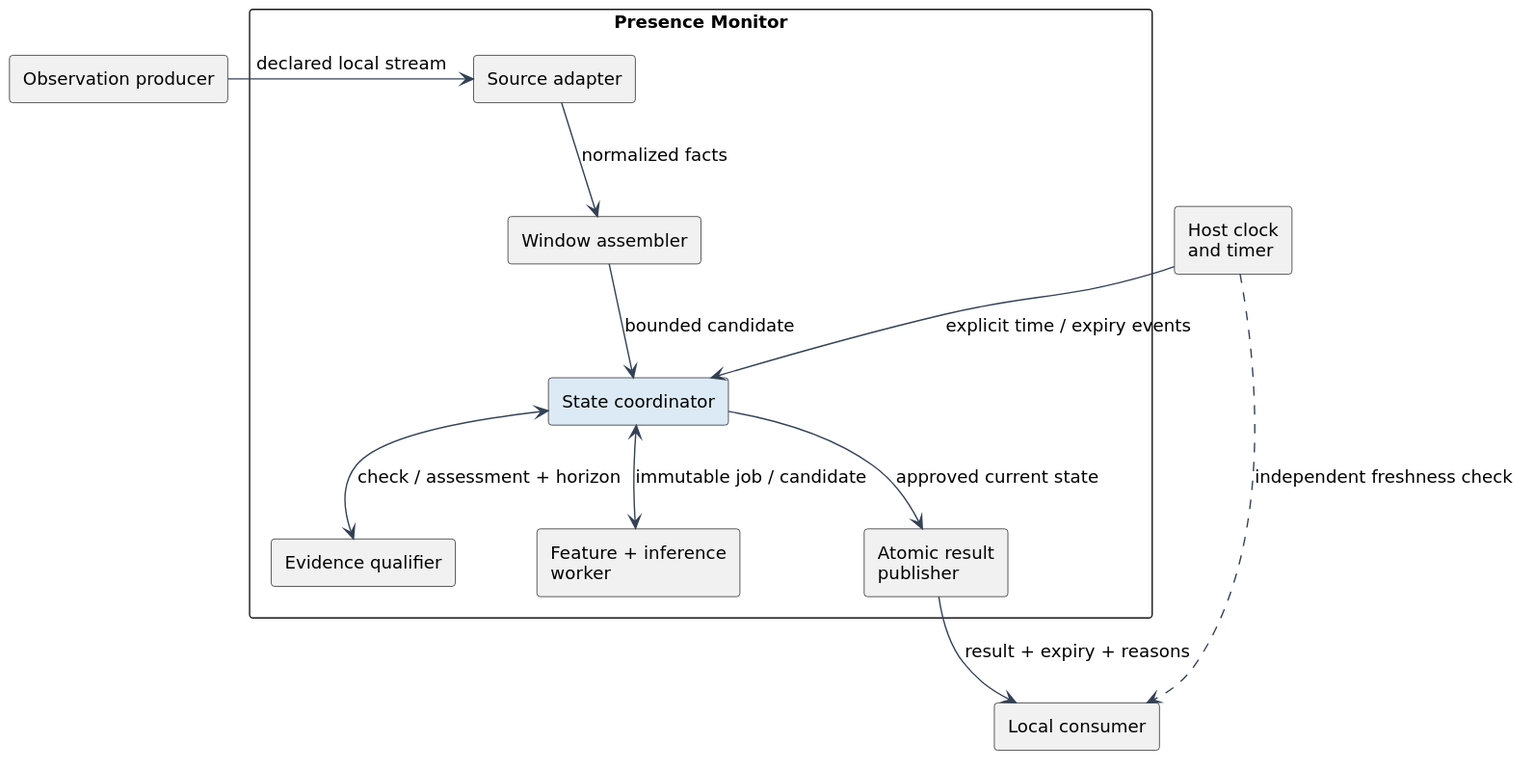
Earlier version of the PlantUML export docs/diagrams/components.svg (Sage-Cat/cooperative-wifi-presence-monitor). Its source is kept beside it as docs/diagrams/components.puml. Source of this version:
```plantuml
@startuml
skinparam shadowing false
skinparam defaultFontName DejaVu Sans
skinparam defaultFontSize 13
skinparam backgroundColor white
skinparam ArrowColor #334155
skinparam componentStyle rectangle
skinparam packageStyle rectangle
skinparam PackageTitleAlignment left
top to bottom direction
rectangle "Observation producer" as Source
rectangle "Host clock\nand timer" as Clock
package "Presence Monitor" {
  component "Source adapter" as Adapter
  component "Window assembler" as Window
  component "State coordinator" as Coordinator #DCEAF6
  component "Evidence qualifier" as Qualifier
  component "Feature + inference\nworker" as Worker
  component "Atomic result\npublisher" as Publisher
}
rectangle "Local consumer" as Consumer
Source -right-> Adapter : declared local stream
Adapter --> Window : normalized facts
Window --> Coordinator : bounded candidate
Clock --> Coordinator : explicit time / expiry events
Coordinator <--> Qualifier : check / assessment + horizon
Coordinator <--> Worker : immutable job / candidate

Coordinator --> Publisher : approved current state
Publisher --> Consumer : result + expiry + reasons
Clock ..> Consumer : independent freshness check

@enduml
```
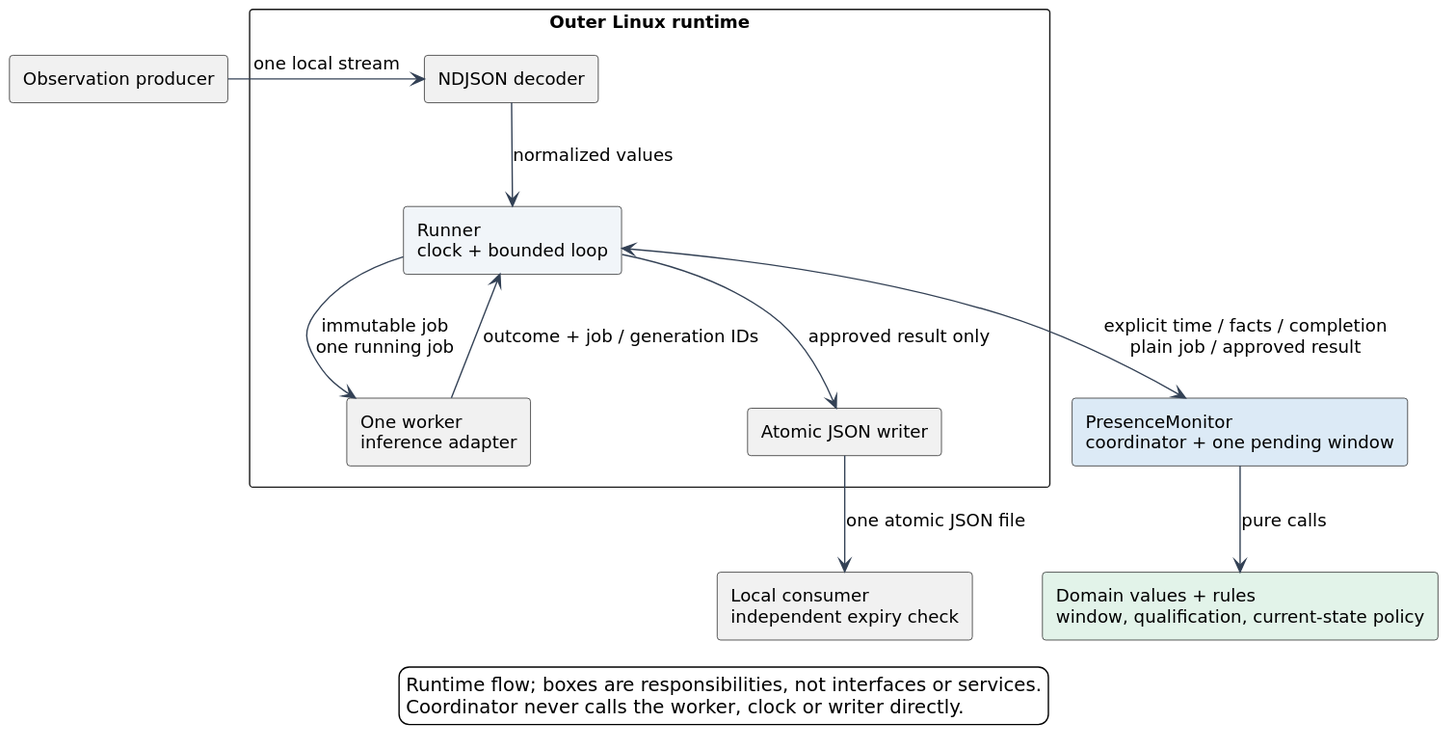
After the commit.

The edit, as a diff of the source:
```diff
@@ -6,28 +6,27 @@
 skinparam ArrowColor #334155
 skinparam componentStyle rectangle
 skinparam packageStyle rectangle
-skinparam PackageTitleAlignment left
 top to bottom direction
 rectangle "Observation producer" as Source
-rectangle "Host clock\nand timer" as Clock
-package "Presence Monitor" {
-  component "Source adapter" as Adapter
-  component "Window assembler" as Window
-  component "State coordinator" as Coordinator #DCEAF6
-  component "Evidence qualifier" as Qualifier
-  component "Feature + inference\nworker" as Worker
-  component "Atomic result\npublisher" as Publisher
+package "Outer Linux runtime" {
+ component "NDJSON decoder" as Decoder
+ component "Runner\nclock + bounded loop" as Runner #F1F5F9
+ component "One worker\ninference adapter" as Worker
+ component "Atomic JSON writer" as Writer
 }
-rectangle "Local consumer" as Consumer
-Source -right-> Adapter : declared local stream
-Adapter --> Window : normalized facts
-Window --> Coordinator : bounded candidate
-Clock --> Coordinator : explicit time / expiry events
-Coordinator <--> Qualifier : check / assessment + horizon
-Coordinator <--> Worker : immutable job / candidate
-
-Coordinator --> Publisher : approved current state
-Publisher --> Consumer : result + expiry + reasons
-Clock ..> Consumer : independent freshness check
-
+component "PresenceMonitor\ncoordinator + one pending window" as Monitor #DCEAF6
+component "Domain values + rules\nwindow, qualification, current-state policy" as Domain #E2F3E9
+rectangle "Local consumer\nindependent expiry check" as Consumer
+Source -right-> Decoder : one local stream
+Decoder --> Runner : normalized values
+Runner <--> Monitor : explicit time / facts / completion\nplain job / approved result
+Monitor --> Domain : pure calls
+Runner -> Worker : immutable job\none running job
+Worker --> Runner : outcome + job / generation IDs
+Runner --> Writer : approved result only
+Writer --> Consumer : one atomic JSON file
+legend bottom
+Runtime flow; boxes are responsibilities, not interfaces or services.
+Coordinator never calls the worker, clock or writer directly.
+endlegend
 @enduml
```
